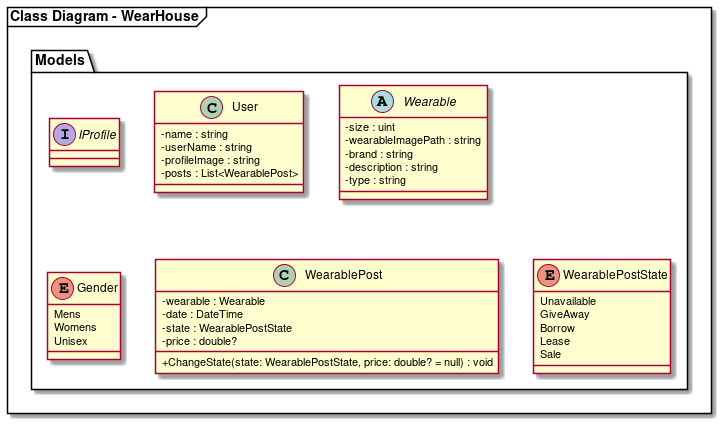
Above: Arkitektur/ModelClassDiagram.png in PRJ4WearHouse/Project (PlantUML), before the change. The source it was exported from:
```plantuml
@startuml

package "Class Diagram - WearHouse" <<Frame>> {
  skinparam classAttributeIconSize 0

  namespace Models {

    interface "IProfile" {

    }

    class "User" as US {
      -name : string
      -userName : string
      -profileImage : string
      -posts : List<WearablePost>
    }

    abstract class "Wearable" as WE {
      -size : uint
      -wearableImagePath : string
      -brand : string
      -description : string
      -type : string
    }

    enum "Gender" as GE {
      Mens
      Womens
      Unisex
    }

    class "WearablePost" as WP {
      -wearable : Wearable
      -date : DateTime
      -state : WearablePostState
      -price : double?
      +ChangeState(state: WearablePostState, price: double? = null) : void
    }

    enum "WearablePostState" as WPS {
      Unavailable
      GiveAway
      Borrow
      Lease
      Sale
    }
  }
}

@enduml
```
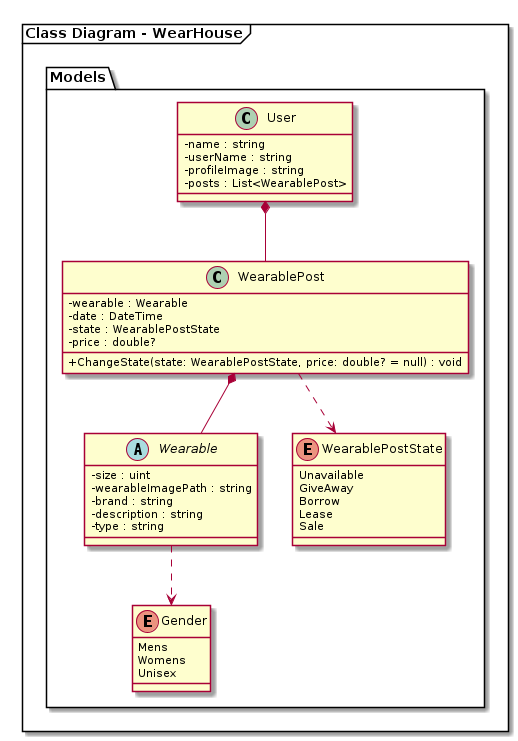
The same file after the commit.

Commit message:
Updated Model class diagram

The edit, as a diff of the source:
```diff
@@ -4,10 +4,6 @@
   skinparam classAttributeIconSize 0
 
   namespace Models {
-
-    interface "IProfile" {
-
-    }
 
     class "User" as US {
       -name : string
@@ -45,6 +41,11 @@
       Lease
       Sale
     }
+
+    US *-- WP
+    WP *-- WE
+    WP ..> WPS
+    WE ..> GE
   }
 }
 
```
